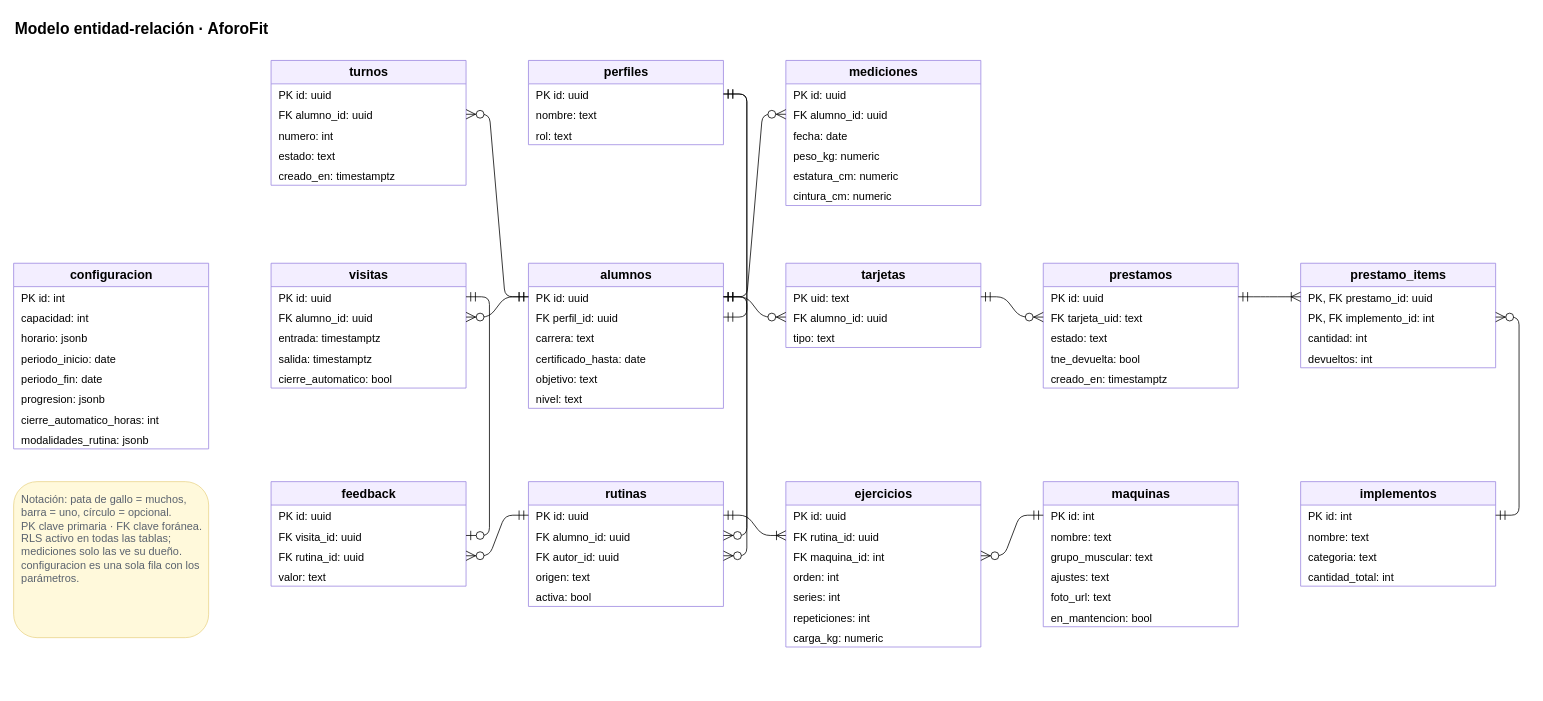
This is docs/diagramas/entidad-relacion.drawio from vicente-uss/aforofit, a draw.io file, before an edit. Source tidied: cells renumbered, new cells numbered last; positions are measured from the earlier drawing's top-left corner, leaving out a move shared by most shapes. Both pictures are drawn from the tidied source at 78%, with x=0, y=0 at pixel (13, 13).
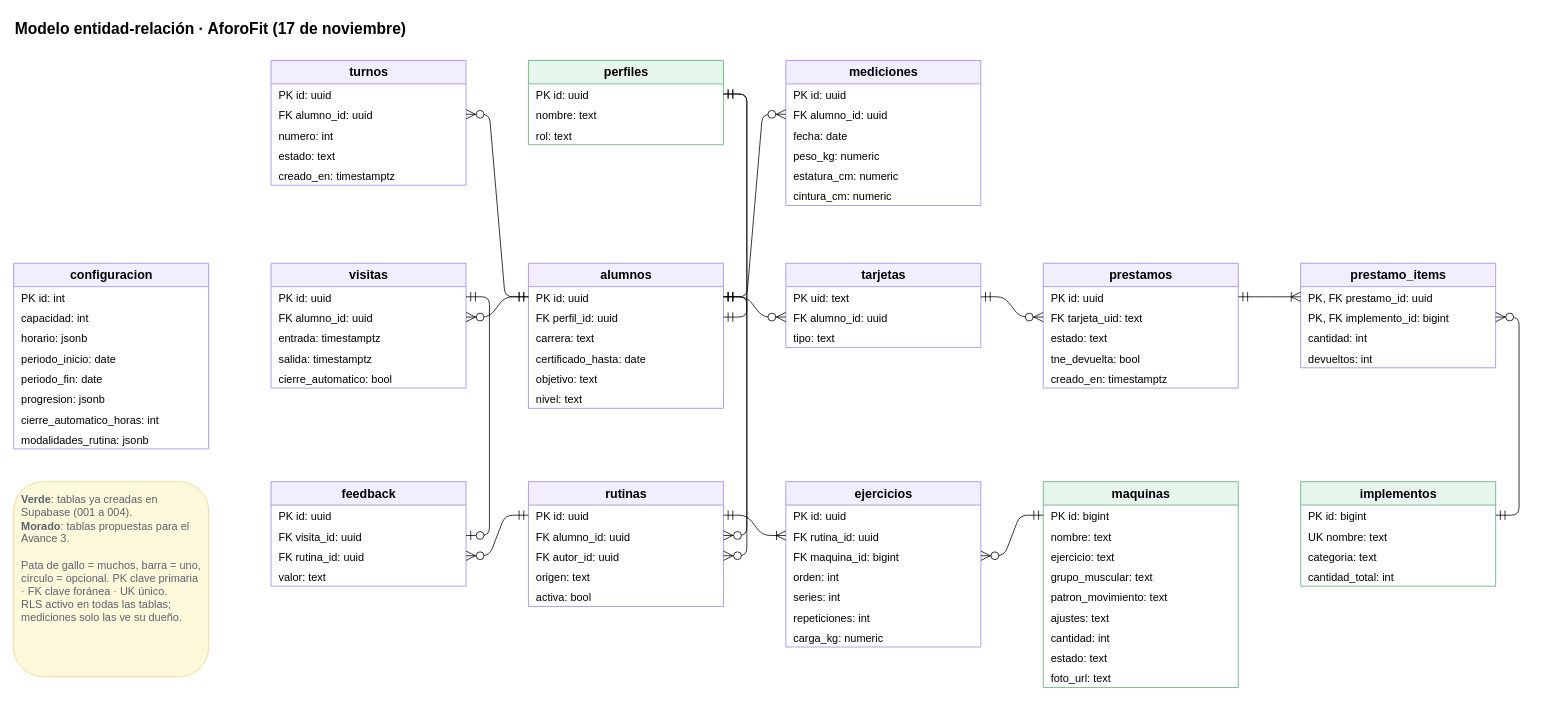
The same page after the edit.

Unchanged cells that the change refers to:
```xml
<mxCell id="36" value="ejercicios" style="swimlane;fontStyle=1;startSize=30;html=1;fontSize=16;fillColor=#F3EEFF;strokeColor=#9B87E0;swimlaneFillColor=#FFFFFF;" parent="1" vertex="1">
  <mxGeometry x="990" y="600" width="250" height="212" as="geometry" />
</mxCell>
<mxCell id="69" value="prestamo_items" style="swimlane;fontStyle=1;startSize=30;html=1;fontSize=16;fillColor=#F3EEFF;strokeColor=#9B87E0;swimlaneFillColor=#FFFFFF;" parent="1" vertex="1">
  <mxGeometry x="1650" y="320" width="250" height="134" as="geometry" />
</mxCell>
```

Change to the diagram source:
```diff
@@
-    <mxCell id="2" value="Modelo entidad-relación · AforoFit" style="text;html=1;fontSize=20;fontStyle=1;align=left;" parent="1" vertex="1">
-      <mxGeometry width="600" height="30" as="geometry" />
+    <mxCell id="2" value="Modelo entidad-relación · AforoFit (17 de noviembre)" style="text;html=1;fontSize=20;fontStyle=1;align=left;" parent="1" vertex="1">
+      <mxGeometry width="700" height="30" as="geometry" />
     </mxCell>
-    <mxCell id="3" value="perfiles" style="swimlane;fontStyle=1;startSize=30;html=1;fontSize=16;fillColor=#F3EEFF;strokeColor=#9B87E0;swimlaneFillColor=#FFFFFF;" parent="1" vertex="1">
+    <mxCell id="3" value="perfiles" style="swimlane;fontStyle=1;startSize=30;html=1;fontSize=16;fillColor=#E7F6EC;strokeColor=#5FA878;swimlaneFillColor=#FFFFFF;" parent="1" vertex="1">
       <mxGeometry x="660" y="60" width="250" height="108" as="geometry" />
     </mxCell>
@@
-    <mxCell id="39" value="FK maquina_id: int" style="text;align=left;spacingLeft=8;html=1;fontSize=14;" parent="36" vertex="1">
+    <mxCell id="39" value="FK maquina_id: bigint" style="text;align=left;spacingLeft=8;html=1;fontSize=14;" parent="36" vertex="1">
       <mxGeometry y="82" width="250" height="26" as="geometry" />
     </mxCell>
@@
-    <mxCell id="44" value="maquinas" style="swimlane;fontStyle=1;startSize=30;html=1;fontSize=16;fillColor=#F3EEFF;strokeColor=#9B87E0;swimlaneFillColor=#FFFFFF;" parent="1" vertex="1">
-      <mxGeometry x="1320" y="600" width="250" height="186" as="geometry" />
+    <mxCell id="44" value="maquinas" style="swimlane;fontStyle=1;startSize=30;html=1;fontSize=16;fillColor=#E7F6EC;strokeColor=#5FA878;swimlaneFillColor=#FFFFFF;" parent="1" vertex="1">
+      <mxGeometry x="1320" y="600" width="250" height="264" as="geometry" />
     </mxCell>
-    <mxCell id="45" value="PK id: int" style="text;align=left;spacingLeft=8;html=1;fontSize=14;" parent="44" vertex="1">
+    <mxCell id="45" value="PK id: bigint" style="text;align=left;spacingLeft=8;html=1;fontSize=14;" parent="44" vertex="1">
       <mxGeometry y="30" width="250" height="26" as="geometry" />
     </mxCell>
@@
+    <mxCell id="103" value="ejercicio: text" style="text;align=left;spacingLeft=8;html=1;fontSize=14;" parent="44" vertex="1">
+      <mxGeometry y="82" width="250" height="26" as="geometry" />
+    </mxCell>
     <mxCell id="47" value="grupo_muscular: text" style="text;align=left;spacingLeft=8;html=1;fontSize=14;" parent="44" vertex="1">
-      <mxGeometry y="82" width="250" height="26" as="geometry" />
+      <mxGeometry y="108" width="250" height="26" as="geometry" />
     </mxCell>
+    <mxCell id="104" value="patron_movimiento: text" style="text;align=left;spacingLeft=8;html=1;fontSize=14;" parent="44" vertex="1">
+      <mxGeometry y="134" width="250" height="26" as="geometry" />
+    </mxCell>
     <mxCell id="48" value="ajustes: text" style="text;align=left;spacingLeft=8;html=1;fontSize=14;" parent="44" vertex="1">
-      <mxGeometry y="108" width="250" height="26" as="geometry" />
+      <mxGeometry y="160" width="250" height="26" as="geometry" />
     </mxCell>
+    <mxCell id="105" value="cantidad: int" style="text;align=left;spacingLeft=8;html=1;fontSize=14;" parent="44" vertex="1">
+      <mxGeometry y="186" width="250" height="26" as="geometry" />
+    </mxCell>
+    <mxCell id="106" value="estado: text" style="text;align=left;spacingLeft=8;html=1;fontSize=14;" parent="44" vertex="1">
+      <mxGeometry y="212" width="250" height="26" as="geometry" />
+    </mxCell>
     <mxCell id="49" value="foto_url: text" style="text;align=left;spacingLeft=8;html=1;fontSize=14;" parent="44" vertex="1">
-      <mxGeometry y="134" width="250" height="26" as="geometry" />
+      <mxGeometry y="238" width="250" height="26" as="geometry" />
     </mxCell>
-    <mxCell id="50" value="en_mantencion: bool" style="text;align=left;spacingLeft=8;html=1;fontSize=14;" parent="44" vertex="1">
-      <mxGeometry y="160" width="250" height="26" as="geometry" />
-    </mxCell>
@@
-    <mxCell id="71" value="PK, FK implemento_id: int" style="text;align=left;spacingLeft=8;html=1;fontSize=14;" parent="69" vertex="1">
+    <mxCell id="71" value="PK, FK implemento_id: bigint" style="text;align=left;spacingLeft=8;html=1;fontSize=14;" parent="69" vertex="1">
       <mxGeometry y="56" width="250" height="26" as="geometry" />
     </mxCell>
@@
-    <mxCell id="74" value="implementos" style="swimlane;fontStyle=1;startSize=30;html=1;fontSize=16;fillColor=#F3EEFF;strokeColor=#9B87E0;swimlaneFillColor=#FFFFFF;" parent="1" vertex="1">
+    <mxCell id="74" value="implementos" style="swimlane;fontStyle=1;startSize=30;html=1;fontSize=16;fillColor=#E7F6EC;strokeColor=#5FA878;swimlaneFillColor=#FFFFFF;" parent="1" vertex="1">
       <mxGeometry x="1650" y="600" width="250" height="134" as="geometry" />
     </mxCell>
-    <mxCell id="75" value="PK id: int" style="text;align=left;spacingLeft=8;html=1;fontSize=14;" parent="74" vertex="1">
+    <mxCell id="75" value="PK id: bigint" style="text;align=left;spacingLeft=8;html=1;fontSize=14;" parent="74" vertex="1">
       <mxGeometry y="30" width="250" height="26" as="geometry" />
     </mxCell>
-    <mxCell id="76" value="nombre: text" style="text;align=left;spacingLeft=8;html=1;fontSize=14;" parent="74" vertex="1">
+    <mxCell id="76" value="UK nombre: text" style="text;align=left;spacingLeft=8;html=1;fontSize=14;" parent="74" vertex="1">
       <mxGeometry y="56" width="250" height="26" as="geometry" />
     </mxCell>
@@
-    <mxCell id="102" value="Notación: pata de gallo = muchos, barra = uno, círculo = opcional.&lt;br&gt;PK clave primaria · FK clave foránea.&lt;br&gt;RLS activo en todas las tablas; mediciones solo las ve su dueño.&lt;br&gt;configuracion es una sola fila con los parámetros." style="text;html=1;whiteSpace=wrap;fontSize=14;fontColor=#5A626E;align=left;verticalAlign=top;fillColor=#FFF9DB;strokeColor=#E9D58A;spacing=10;rounded=1;" parent="1" vertex="1">
-      <mxGeometry y="600" width="250" height="200" as="geometry" />
+    <mxCell id="102" value="&lt;b&gt;Verde&lt;/b&gt;: tablas ya creadas en Supabase (001 a 004).&lt;br&gt;&lt;b&gt;Morado&lt;/b&gt;: tablas propuestas para el Avance 3.&lt;br&gt;&lt;br&gt;Pata de gallo = muchos, barra = uno, círculo = opcional. PK clave primaria · FK clave foránea · UK único.&lt;br&gt;RLS activo en todas las tablas; mediciones solo las ve su dueño." style="text;html=1;whiteSpace=wrap;fontSize=14;fontColor=#5A626E;align=left;verticalAlign=top;fillColor=#FFF9DB;strokeColor=#E9D58A;spacing=10;rounded=1;" parent="1" vertex="1">
+      <mxGeometry y="600" width="250" height="250" as="geometry" />
     </mxCell>
```
